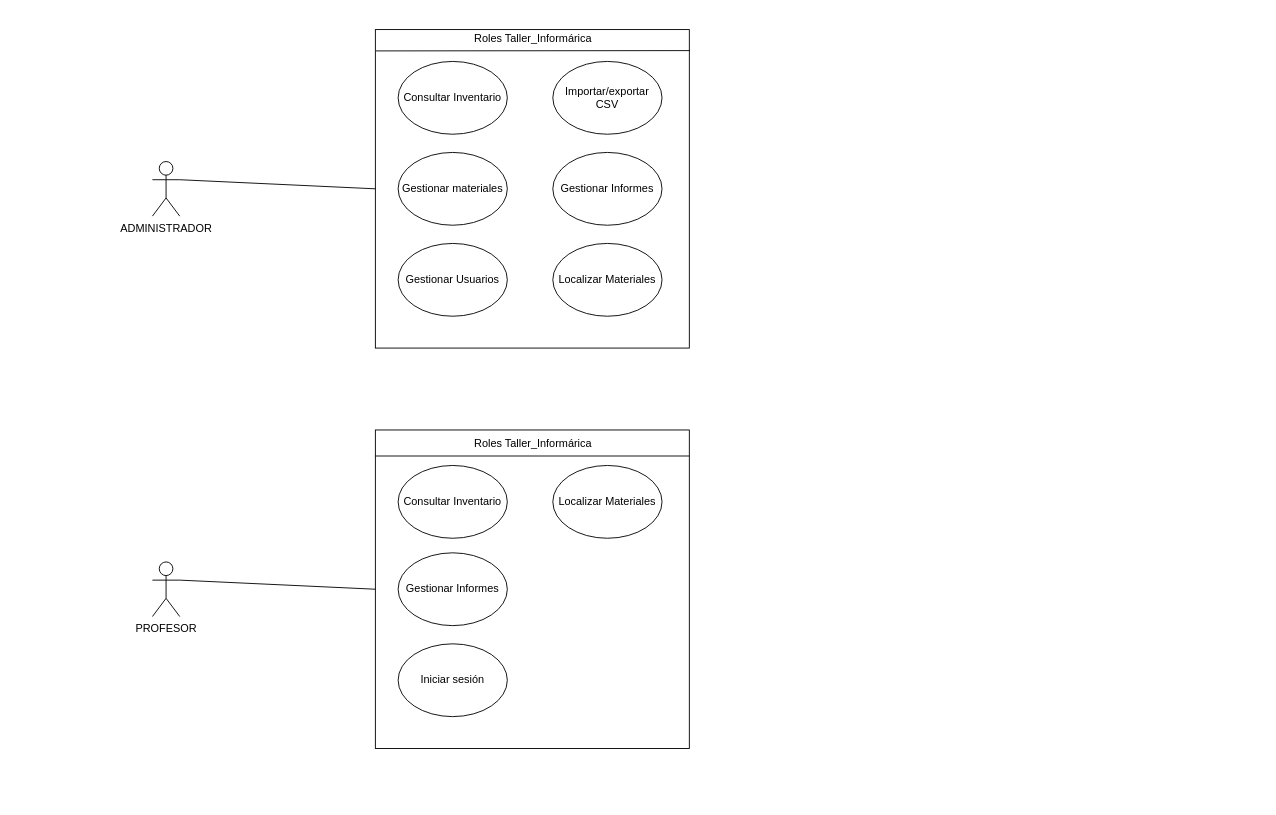
This is Documentacion/ED/Entrega-Diagrama-CasosdeUso/Diagrama de casos de Uso.drawio from davidgsDAW/RETA_2526_EQUIPO4, a draw.io file, before an edit. Source tidied: cells renumbered, new cells numbered last; positions are measured from the earlier drawing's top-left corner, leaving out a move shared by most shapes. Both pictures are drawn from the tidied source at 91%, with x=0, y=0 at pixel (152, 25).
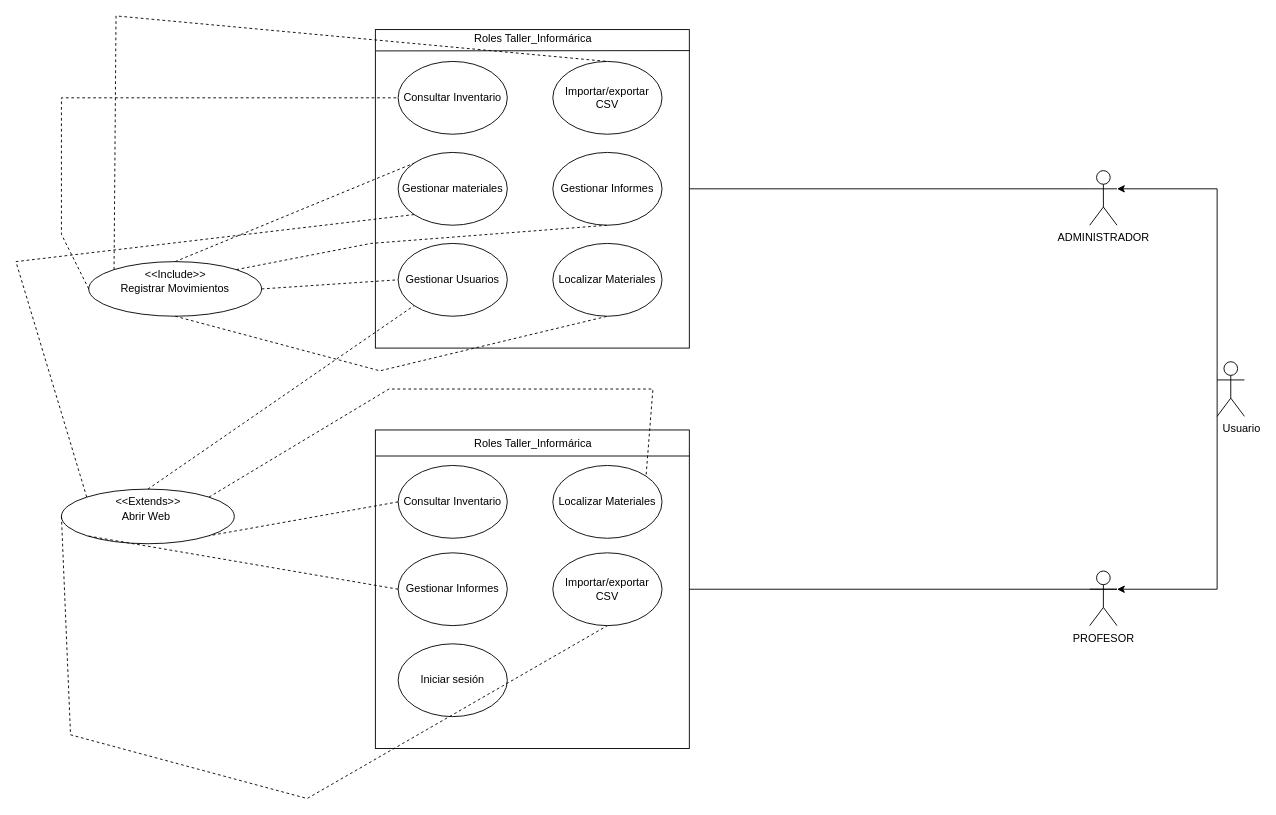
Above is the later version.

Commit message (it also covers changes not shown here):
Entrega del diagrama de casos de Uso

Entrega final del diagrama de casos de uso.

The change refers to these unchanged cells:
```xml
<mxCell id="4" style="rounded=0;whiteSpace=wrap;html=1;" parent="1" vertex="1">
  <mxGeometry x="245" y="5" width="345" height="350" as="geometry" />
</mxCell>
<mxCell id="5" style="rounded=0;whiteSpace=wrap;html=1;" parent="1" vertex="1">
  <mxGeometry x="245" y="445" width="345" height="350" as="geometry" />
</mxCell>
<mxCell id="10" value="Consultar Inventario" style="ellipse;whiteSpace=wrap;html=1;" parent="1" vertex="1">
  <mxGeometry x="270" y="40" width="120" height="80" as="geometry" />
</mxCell>
<mxCell id="11" value="Gestionar Usuarios" style="ellipse;whiteSpace=wrap;html=1;" parent="1" vertex="1">
  <mxGeometry x="270" y="240" width="120" height="80" as="geometry" />
</mxCell>
<mxCell id="12" value="Gestionar materiales" style="ellipse;whiteSpace=wrap;html=1;" parent="1" vertex="1">
  <mxGeometry x="270" y="140" width="120" height="80" as="geometry" />
</mxCell>
<mxCell id="14" value="Localizar Materiales" style="ellipse;whiteSpace=wrap;html=1;" parent="1" vertex="1">
  <mxGeometry x="440" y="240" width="120" height="80" as="geometry" />
</mxCell>
<mxCell id="15" value="Gestionar Informes" style="ellipse;whiteSpace=wrap;html=1;" parent="1" vertex="1">
  <mxGeometry x="270" y="580" width="120" height="80" as="geometry" />
</mxCell>
<mxCell id="16" value="Importar/exportar CSV" style="ellipse;whiteSpace=wrap;html=1;" parent="1" vertex="1">
  <mxGeometry x="440" y="40" width="120" height="80" as="geometry" />
</mxCell>
<mxCell id="18" value="Consultar Inventario" style="ellipse;whiteSpace=wrap;html=1;" parent="1" vertex="1">
  <mxGeometry x="270" y="484" width="120" height="80" as="geometry" />
</mxCell>
<mxCell id="19" value="Gestionar Informes" style="ellipse;whiteSpace=wrap;html=1;" parent="1" vertex="1">
  <mxGeometry x="440" y="140" width="120" height="80" as="geometry" />
</mxCell>
<mxCell id="20" value="Localizar Materiales" style="ellipse;whiteSpace=wrap;html=1;" parent="1" vertex="1">
  <mxGeometry x="440" y="484" width="120" height="80" as="geometry" />
</mxCell>
```

What changed in the source:
```diff
@@
     <mxCell id="2" value="ADMINISTRADOR" style="shape=umlActor;verticalLabelPosition=bottom;verticalAlign=top;html=1;outlineConnect=0;" parent="1" vertex="1">
-      <mxGeometry y="150" width="30" height="60" as="geometry" />
+      <mxGeometry x="1030" y="160" width="30" height="60" as="geometry" />
     </mxCell>
     <mxCell id="3" value="PROFESOR" style="shape=umlActor;verticalLabelPosition=bottom;verticalAlign=top;html=1;outlineConnect=0;" parent="1" vertex="1">
-      <mxGeometry y="590" width="30" height="60" as="geometry" />
+      <mxGeometry x="1030" y="600" width="30" height="60" as="geometry" />
     </mxCell>
@@
-    <mxCell id="21" style="endArrow=none;html=1;rounded=0;entryX=0;entryY=0.5;entryDx=0;entryDy=0;" parent="1" edge="1" target="4">
-      <mxGeometry relative="1" as="geometry">
-        <mxPoint x="30" y="170" as="sourcePoint" />
-      </mxGeometry>
-    </mxCell>
-    <mxCell id="22" style="endArrow=none;html=1;rounded=0;exitX=1;exitY=0.3333333333333333;exitDx=0;exitDy=0;exitPerimeter=0;entryX=0;entryY=0.5;entryDx=0;entryDy=0;" parent="1" edge="1" source="3" target="5">
+    <mxCell id="22" style="endArrow=none;html=1;rounded=0;exitX=1;exitY=0.3333333333333333;exitDx=0;exitDy=0;exitPerimeter=0;entryX=1;entryY=0.5;entryDx=0;entryDy=0;" parent="1" edge="1" source="3" target="5">
       <mxGeometry relative="1" as="geometry" />
     </mxCell>
+    <mxCell id="23" value="Importar/exportar CSV" style="ellipse;whiteSpace=wrap;html=1;" parent="1" vertex="1">
+      <mxGeometry x="440" y="580" width="120" height="80" as="geometry" />
+    </mxCell>
+    <mxCell id="24" value="Registrar Movimientos" style="ellipse;whiteSpace=wrap;html=1;" parent="1" vertex="1">
+      <mxGeometry x="-70" y="260" width="190" height="60" as="geometry" />
+    </mxCell>
+    <mxCell id="25" value="Abrir Web&amp;nbsp;" style="ellipse;whiteSpace=wrap;html=1;" parent="1" vertex="1">
+      <mxGeometry x="-100" y="510" width="190" height="60" as="geometry" />
+    </mxCell>
+    <mxCell id="26" value="&amp;lt;&amp;lt;Include&amp;gt;&amp;gt;" style="text;html=1;align=center;verticalAlign=middle;strokeColor=none;fillColor=none;" parent="1" vertex="1">
+      <mxGeometry x="-20" y="260" width="90" height="30" as="geometry" />
+    </mxCell>
+    <mxCell id="27" value="&amp;lt;&amp;lt;Extends&amp;gt;&amp;gt;" style="text;html=1;align=center;verticalAlign=middle;strokeColor=none;fillColor=none;" parent="1" vertex="1">
+      <mxGeometry x="-50" y="509" width="90" height="30" as="geometry" />
+    </mxCell>
+    <mxCell id="28" style="endArrow=none;dashed=1;html=1;rounded=0;entryX=0.5;entryY=1;entryDx=0;entryDy=0;exitX=0;exitY=0.5;exitDx=0;exitDy=0;" parent="1" edge="1" source="25" target="23">
+      <mxGeometry relative="1" as="geometry">
+        <Array as="points">
+          <mxPoint x="-90" y="780" />
+          <mxPoint x="170" y="850" />
+        </Array>
+      </mxGeometry>
+    </mxCell>
+    <mxCell id="29" style="endArrow=none;dashed=1;html=1;rounded=0;entryX=1;entryY=1;entryDx=0;entryDy=0;exitX=0;exitY=0.5;exitDx=0;exitDy=0;" parent="1" edge="1" source="18" target="25">
+      <mxGeometry relative="1" as="geometry" />
+    </mxCell>
+    <mxCell id="30" style="endArrow=none;dashed=1;html=1;rounded=0;exitX=1;exitY=0.5;exitDx=0;exitDy=0;entryX=0;entryY=0.5;entryDx=0;entryDy=0;" parent="1" edge="1" source="24" target="11">
+      <mxGeometry relative="1" as="geometry" />
+    </mxCell>
+    <mxCell id="31" style="endArrow=none;dashed=1;html=1;rounded=0;exitX=1;exitY=0;exitDx=0;exitDy=0;entryX=1;entryY=0;entryDx=0;entryDy=0;" parent="1" edge="1" source="25" target="20">
+      <mxGeometry relative="1" as="geometry">
+        <Array as="points">
+          <mxPoint x="260" y="400" />
+          <mxPoint x="550" y="400" />
+        </Array>
+      </mxGeometry>
+    </mxCell>
+    <mxCell id="32" style="endArrow=none;dashed=1;html=1;rounded=0;entryX=0;entryY=1;entryDx=0;entryDy=0;exitX=0;exitY=0.5;exitDx=0;exitDy=0;" parent="1" edge="1" source="15" target="25">
+      <mxGeometry relative="1" as="geometry" />
+    </mxCell>
+    <mxCell id="33" style="endArrow=none;dashed=1;html=1;rounded=0;exitX=0;exitY=0.5;exitDx=0;exitDy=0;entryX=0;entryY=0.5;entryDx=0;entryDy=0;" parent="1" edge="1" source="24" target="10">
+      <mxGeometry relative="1" as="geometry">
+        <Array as="points">
+          <mxPoint x="-100" y="230" />
+          <mxPoint x="-100" y="80" />
+        </Array>
+      </mxGeometry>
+    </mxCell>
+    <mxCell id="34" style="endArrow=none;dashed=1;html=1;rounded=0;exitX=0.5;exitY=1;exitDx=0;exitDy=0;entryX=0.5;entryY=1;entryDx=0;entryDy=0;" parent="1" edge="1" source="24" target="14">
+      <mxGeometry relative="1" as="geometry">
+        <Array as="points">
+          <mxPoint x="250" y="380" />
+        </Array>
+      </mxGeometry>
+    </mxCell>
+    <mxCell id="35" style="endArrow=none;dashed=1;html=1;rounded=0;exitX=0.5;exitY=0;exitDx=0;exitDy=0;entryX=0;entryY=0;entryDx=0;entryDy=0;" parent="1" edge="1" source="24" target="12">
+      <mxGeometry relative="1" as="geometry" />
+    </mxCell>
+    <mxCell id="36" style="endArrow=none;dashed=1;html=1;rounded=0;exitX=0.5;exitY=0;exitDx=0;exitDy=0;entryX=0;entryY=1;entryDx=0;entryDy=0;" parent="1" edge="1" source="25" target="11">
+      <mxGeometry relative="1" as="geometry" />
+    </mxCell>
+    <mxCell id="37" style="endArrow=none;dashed=1;html=1;rounded=0;exitX=0;exitY=0;exitDx=0;exitDy=0;entryX=0;entryY=1;entryDx=0;entryDy=0;" parent="1" edge="1" source="25" target="12">
+      <mxGeometry relative="1" as="geometry">
+        <Array as="points">
+          <mxPoint x="-150" y="260" />
+        </Array>
+      </mxGeometry>
+    </mxCell>
+    <mxCell id="38" style="endArrow=none;dashed=1;html=1;rounded=0;exitX=0;exitY=0;exitDx=0;exitDy=0;entryX=0.5;entryY=0;entryDx=0;entryDy=0;" parent="1" edge="1" source="24" target="16">
+      <mxGeometry relative="1" as="geometry">
+        <Array as="points">
+          <mxPoint x="-40" y="-10" />
+        </Array>
+      </mxGeometry>
+    </mxCell>
+    <mxCell id="39" style="endArrow=none;dashed=1;html=1;rounded=0;entryX=0.5;entryY=1;entryDx=0;entryDy=0;exitX=1;exitY=0;exitDx=0;exitDy=0;" parent="1" edge="1" source="24" target="19">
+      <mxGeometry relative="1" as="geometry">
+        <Array as="points">
+          <mxPoint x="240" y="240" />
+        </Array>
+      </mxGeometry>
+    </mxCell>
+    <mxCell id="40" style="endArrow=none;html=1;rounded=0;entryX=0;entryY=0.3333333333333333;entryDx=0;entryDy=0;entryPerimeter=0;exitX=1;exitY=0.5;exitDx=0;exitDy=0;" parent="1" edge="1" source="4" target="2">
+      <mxGeometry relative="1" as="geometry" />
+    </mxCell>
+    <mxCell id="41" value="&amp;nbsp; &amp;nbsp; &amp;nbsp; &amp;nbsp;Usuario" style="shape=umlActor;verticalLabelPosition=bottom;verticalAlign=top;html=1;outlineConnect=0;" parent="1" vertex="1">
+      <mxGeometry x="1170" y="370" width="30" height="60" as="geometry" />
+    </mxCell>
+    <mxCell id="42" style="endArrow=classic;html=1;rounded=0;exitX=0;exitY=0.3333333333333333;exitDx=0;exitDy=0;exitPerimeter=0;entryX=1;entryY=0.3333333333333333;entryDx=0;entryDy=0;entryPerimeter=0;" parent="1" edge="1" source="41" target="2">
+      <mxGeometry relative="1" as="geometry">
+        <Array as="points">
+          <mxPoint x="1170" y="180" />
+        </Array>
+      </mxGeometry>
+    </mxCell>
+    <mxCell id="43" style="endArrow=classic;html=1;rounded=0;exitX=0;exitY=0.3333333333333333;exitDx=0;exitDy=0;exitPerimeter=0;" parent="1" edge="1" source="41">
+      <mxGeometry relative="1" as="geometry">
+        <mxPoint x="1060" y="620" as="targetPoint" />
+        <Array as="points">
+          <mxPoint x="1170" y="620" />
+        </Array>
+      </mxGeometry>
+    </mxCell>
```
